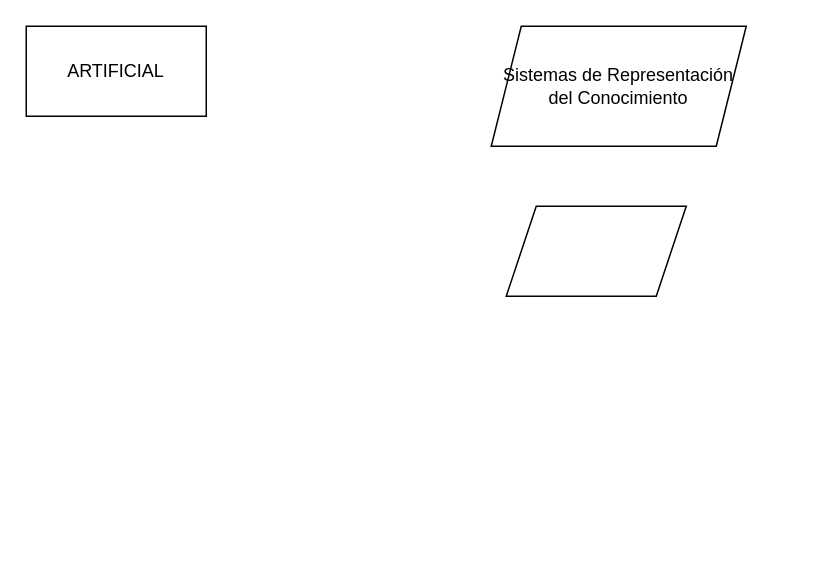
jacintodavila/logicacomputacional keeps this draw.io diagram as Untitled Diagram.drawio. Above is the earlier version. Source tidied: cells renumbered, new cells numbered last; positions are measured from the earlier drawing's top-left corner, leaving out a move shared by most shapes. Both pictures are drawn from the tidied source at 150%, with x=0, y=0 at pixel (26, 26).
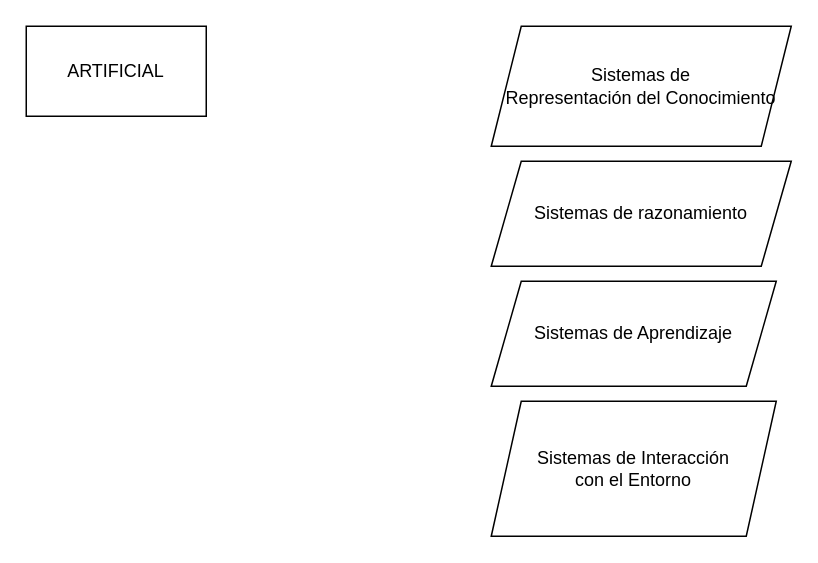
Above is the later version.

Change to the diagram source:
```diff
@@
 <mxGraphModel>
   <root>
     <mxCell id="0" />
     <mxCell id="1" parent="0" />
     <mxCell id="2" value="ARTIFICIAL" style="rounded=0;whiteSpace=wrap;html=1;" parent="1" vertex="1">
       <mxGeometry width="120" height="60" as="geometry" />
     </mxCell>
-    <mxCell id="3" value="Sistemas de Representación del Conocimiento" style="shape=parallelogram;perimeter=parallelogramPerimeter;whiteSpace=wrap;html=1;fixedSize=1;" parent="1" vertex="1">
-      <mxGeometry x="310" width="170" height="80" as="geometry" />
+    <mxCell id="3" value="&lt;div&gt;Sistemas de &lt;br&gt;&lt;/div&gt;&lt;div&gt;Representación del Conocimiento&lt;/div&gt;" style="shape=parallelogram;perimeter=parallelogramPerimeter;whiteSpace=wrap;html=1;fixedSize=1;" parent="1" vertex="1">
+      <mxGeometry x="310" width="200" height="80" as="geometry" />
     </mxCell>
-    <mxCell id="4" style="shape=parallelogram;perimeter=parallelogramPerimeter;whiteSpace=wrap;html=1;fixedSize=1;" parent="1" vertex="1">
-      <mxGeometry x="320" y="120" width="120" height="60" as="geometry" />
+    <mxCell id="4" value="Sistemas de razonamiento" style="shape=parallelogram;perimeter=parallelogramPerimeter;whiteSpace=wrap;html=1;fixedSize=1;" parent="1" vertex="1">
+      <mxGeometry x="310" y="90" width="200" height="70" as="geometry" />
     </mxCell>
+    <mxCell id="5" value="Sistemas de Aprendizaje" style="shape=parallelogram;perimeter=parallelogramPerimeter;whiteSpace=wrap;html=1;fixedSize=1;" parent="1" vertex="1">
+      <mxGeometry x="310" y="170" width="190" height="70" as="geometry" />
+    </mxCell>
+    <mxCell id="6" value="&lt;div&gt;Sistemas de Interacción&lt;/div&gt;&lt;div&gt; con el Entorno&lt;/div&gt;" style="shape=parallelogram;perimeter=parallelogramPerimeter;whiteSpace=wrap;html=1;fixedSize=1;" parent="1" vertex="1">
+      <mxGeometry x="310" y="250" width="190" height="90" as="geometry" />
+    </mxCell>
   </root>
 </mxGraphModel>
```
